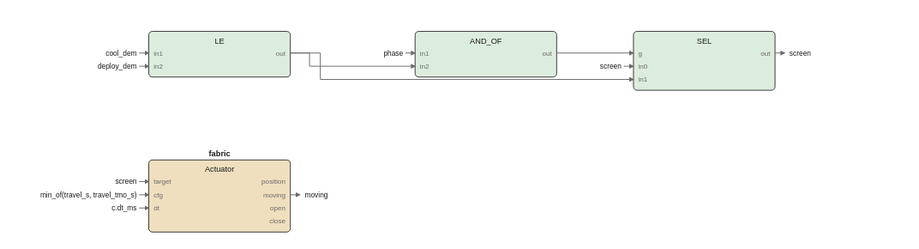
This is images/logic/screen_fbd.drawio.svg from pstch/botanik2, a draw.io export, as it was before one commit. Source tidied: cells renumbered, new cells last; positions are measured from the earlier drawing's top-left corner, leaving out a move shared by most shapes.
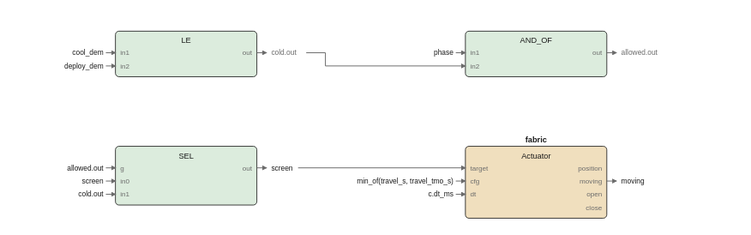
The same file after the commit.

The edit, as a diff of the source:
```diff
@@ -3,189 +3,206 @@
     <mxCell id="0" />
     <mxCell id="1" parent="0" />
     <mxCell id="2" style="rounded=1;fillColor=#dcecdd;strokeColor=#1a1a1a;whiteSpace=wrap;html=1;fontSize=8;" parent="1" vertex="1">
-      <mxGeometry x="10" width="118" height="38" as="geometry" />
+      <mxGeometry x="-18" width="118" height="38" as="geometry" />
     </mxCell>
     <mxCell id="3" value="LE" style="text;html=1;fontSize=6;fontColor=#1a1a1a;align=center;" parent="1" vertex="1">
-      <mxGeometry x="69" y="3.4" width="40" height="10.6" as="geometry" />
+      <mxGeometry x="41" y="3.4" width="40" height="10.6" as="geometry" />
     </mxCell>
     <mxCell id="4" value="in1" style="text;html=1;fontSize=5;fontColor=#6b6b6b;align=left;" parent="1" vertex="1">
-      <mxGeometry x="14" y="14.2" width="40" height="9.8" as="geometry" />
+      <mxGeometry x="-14" y="14.2" width="40" height="9.8" as="geometry" />
     </mxCell>
     <mxCell id="5" value="in2" style="text;html=1;fontSize=5;fontColor=#6b6b6b;align=left;" parent="1" vertex="1">
-      <mxGeometry x="14" y="25.2" width="40" height="9.8" as="geometry" />
+      <mxGeometry x="-14" y="25.2" width="40" height="9.8" as="geometry" />
     </mxCell>
     <mxCell id="6" value="out" style="text;html=1;fontSize=5;fontColor=#6b6b6b;align=left;" parent="1" vertex="1">
-      <mxGeometry x="124" y="14.2" width="40" height="9.8" as="geometry" />
+      <mxGeometry x="96" y="14.2" width="40" height="9.8" as="geometry" />
     </mxCell>
     <mxCell id="7" style="rounded=1;fillColor=#dcecdd;strokeColor=#1a1a1a;whiteSpace=wrap;html=1;fontSize=8;" parent="1" vertex="1">
-      <mxGeometry x="232" width="118" height="38" as="geometry" />
+      <mxGeometry x="274" width="118" height="38" as="geometry" />
     </mxCell>
     <mxCell id="8" value="AND_OF" style="text;html=1;fontSize=6;fontColor=#1a1a1a;align=center;" parent="1" vertex="1">
-      <mxGeometry x="291" y="3.4" width="40" height="10.6" as="geometry" />
+      <mxGeometry x="333" y="3.4" width="40" height="10.6" as="geometry" />
     </mxCell>
     <mxCell id="9" value="in1" style="text;html=1;fontSize=5;fontColor=#6b6b6b;align=left;" parent="1" vertex="1">
-      <mxGeometry x="236" y="14.2" width="40" height="9.8" as="geometry" />
+      <mxGeometry x="278" y="14.2" width="40" height="9.8" as="geometry" />
     </mxCell>
     <mxCell id="10" value="in2" style="text;html=1;fontSize=5;fontColor=#6b6b6b;align=left;" parent="1" vertex="1">
-      <mxGeometry x="236" y="25.2" width="40" height="9.8" as="geometry" />
+      <mxGeometry x="278" y="25.2" width="40" height="9.8" as="geometry" />
     </mxCell>
     <mxCell id="11" value="out" style="text;html=1;fontSize=5;fontColor=#6b6b6b;align=left;" parent="1" vertex="1">
-      <mxGeometry x="346" y="14.2" width="40" height="9.8" as="geometry" />
+      <mxGeometry x="388" y="14.2" width="40" height="9.8" as="geometry" />
     </mxCell>
     <mxCell id="12" style="rounded=1;fillColor=#dcecdd;strokeColor=#1a1a1a;whiteSpace=wrap;html=1;fontSize=8;" parent="1" vertex="1">
-      <mxGeometry x="414" width="118" height="49" as="geometry" />
+      <mxGeometry x="-18" y="96" width="118" height="49" as="geometry" />
     </mxCell>
     <mxCell id="13" value="SEL" style="text;html=1;fontSize=6;fontColor=#1a1a1a;align=center;" parent="1" vertex="1">
-      <mxGeometry x="473" y="3.4" width="40" height="10.6" as="geometry" />
+      <mxGeometry x="41" y="99.4" width="40" height="10.6" as="geometry" />
     </mxCell>
     <mxCell id="14" value="g" style="text;html=1;fontSize=5;fontColor=#6b6b6b;align=left;" parent="1" vertex="1">
-      <mxGeometry x="418" y="14.2" width="40" height="9.8" as="geometry" />
+      <mxGeometry x="-14" y="110.2" width="40" height="9.8" as="geometry" />
     </mxCell>
     <mxCell id="15" value="in0" style="text;html=1;fontSize=5;fontColor=#6b6b6b;align=left;" parent="1" vertex="1">
-      <mxGeometry x="418" y="25.2" width="40" height="9.8" as="geometry" />
+      <mxGeometry x="-14" y="121.2" width="40" height="9.8" as="geometry" />
     </mxCell>
     <mxCell id="16" value="in1" style="text;html=1;fontSize=5;fontColor=#6b6b6b;align=left;" parent="1" vertex="1">
-      <mxGeometry x="418" y="36.2" width="40" height="9.8" as="geometry" />
+      <mxGeometry x="-14" y="132.2" width="40" height="9.8" as="geometry" />
     </mxCell>
     <mxCell id="17" value="out" style="text;html=1;fontSize=5;fontColor=#6b6b6b;align=left;" parent="1" vertex="1">
-      <mxGeometry x="528" y="14.2" width="40" height="9.8" as="geometry" />
+      <mxGeometry x="96" y="110.2" width="40" height="9.8" as="geometry" />
     </mxCell>
     <mxCell id="18" style="rounded=1;fillColor=#f0dfbe;strokeColor=#1a1a1a;whiteSpace=wrap;html=1;fontSize=8;" parent="1" vertex="1">
-      <mxGeometry x="10" y="107" width="118" height="60" as="geometry" />
+      <mxGeometry x="274" y="96" width="118" height="60" as="geometry" />
     </mxCell>
     <mxCell id="19" value="fabric" style="text;html=1;fontSize=6;fontColor=#1a1a1a;align=center;fontStyle=1;" parent="1" vertex="1">
-      <mxGeometry x="69" y="97.4" width="40" height="10.6" as="geometry" />
+      <mxGeometry x="333" y="86.4" width="40" height="10.6" as="geometry" />
     </mxCell>
     <mxCell id="20" value="Actuator" style="text;html=1;fontSize=6;fontColor=#1a1a1a;align=center;" parent="1" vertex="1">
-      <mxGeometry x="69" y="110.4" width="40" height="10.6" as="geometry" />
+      <mxGeometry x="333" y="99.4" width="40" height="10.6" as="geometry" />
     </mxCell>
     <mxCell id="21" value="target" style="text;html=1;fontSize=5;fontColor=#6b6b6b;align=left;" parent="1" vertex="1">
-      <mxGeometry x="14" y="121.2" width="40" height="9.8" as="geometry" />
+      <mxGeometry x="278" y="110.2" width="40" height="9.8" as="geometry" />
     </mxCell>
     <mxCell id="22" value="cfg" style="text;html=1;fontSize=5;fontColor=#6b6b6b;align=left;" parent="1" vertex="1">
-      <mxGeometry x="14" y="132.2" width="40" height="9.8" as="geometry" />
+      <mxGeometry x="278" y="121.2" width="40" height="9.8" as="geometry" />
     </mxCell>
     <mxCell id="23" value="dt" style="text;html=1;fontSize=5;fontColor=#6b6b6b;align=left;" parent="1" vertex="1">
-      <mxGeometry x="14" y="143.2" width="40" height="9.8" as="geometry" />
+      <mxGeometry x="278" y="132.2" width="40" height="9.8" as="geometry" />
     </mxCell>
     <mxCell id="24" value="position" style="text;html=1;fontSize=5;fontColor=#6b6b6b;align=left;" parent="1" vertex="1">
-      <mxGeometry x="124" y="121.2" width="40" height="9.8" as="geometry" />
+      <mxGeometry x="388" y="110.2" width="40" height="9.8" as="geometry" />
     </mxCell>
     <mxCell id="25" value="moving" style="text;html=1;fontSize=5;fontColor=#6b6b6b;align=left;" parent="1" vertex="1">
-      <mxGeometry x="124" y="132.2" width="40" height="9.8" as="geometry" />
+      <mxGeometry x="388" y="121.2" width="40" height="9.8" as="geometry" />
     </mxCell>
     <mxCell id="26" value="open" style="text;html=1;fontSize=5;fontColor=#6b6b6b;align=left;" parent="1" vertex="1">
-      <mxGeometry x="124" y="143.2" width="40" height="9.8" as="geometry" />
+      <mxGeometry x="388" y="132.2" width="40" height="9.8" as="geometry" />
     </mxCell>
     <mxCell id="27" value="close" style="text;html=1;fontSize=5;fontColor=#6b6b6b;align=left;" parent="1" vertex="1">
-      <mxGeometry x="124" y="154.2" width="40" height="9.8" as="geometry" />
+      <mxGeometry x="388" y="143.2" width="40" height="9.8" as="geometry" />
     </mxCell>
     <mxCell id="28" style="edgeStyle=none;html=1;strokeColor=#6b6b6b;endArrow=block;" parent="1" edge="1">
       <mxGeometry relative="1" as="geometry">
-        <mxPoint x="532" y="18" as="sourcePoint" />
-        <mxPoint x="540" y="18" as="targetPoint" />
+        <mxPoint x="100" y="114" as="sourcePoint" />
+        <mxPoint x="108" y="114" as="targetPoint" />
       </mxGeometry>
     </mxCell>
     <mxCell id="29" value="screen" style="text;html=1;fontSize=6;fontColor=#1a1a1a;align=left;" parent="1" vertex="1">
-      <mxGeometry x="544" y="14" width="40" height="10" as="geometry" />
+      <mxGeometry x="112" y="110" width="40" height="10" as="geometry" />
     </mxCell>
     <mxCell id="30" style="edgeStyle=none;html=1;strokeColor=#6b6b6b;endArrow=block;" parent="1" edge="1">
       <mxGeometry relative="1" as="geometry">
-        <mxPoint x="128" y="136" as="sourcePoint" />
-        <mxPoint x="136" y="136" as="targetPoint" />
+        <mxPoint x="392" y="125" as="sourcePoint" />
+        <mxPoint x="400" y="125" as="targetPoint" />
       </mxGeometry>
     </mxCell>
     <mxCell id="31" value="moving" style="text;html=1;fontSize=6;fontColor=#1a1a1a;align=left;" parent="1" vertex="1">
-      <mxGeometry x="140" y="132" width="40" height="10" as="geometry" />
+      <mxGeometry x="404" y="121" width="40" height="10" as="geometry" />
     </mxCell>
     <mxCell id="32" style="edgeStyle=none;html=1;strokeColor=#6b6b6b;endArrow=block;" parent="1" edge="1">
       <mxGeometry relative="1" as="geometry">
-        <mxPoint x="128" y="18" as="sourcePoint" />
-        <mxPoint x="232" y="29" as="targetPoint" />
-        <Array as="points">
-          <mxPoint x="144" y="18" />
-          <mxPoint x="144" y="29" />
-        </Array>
+        <mxPoint x="392" y="18" as="sourcePoint" />
+        <mxPoint x="400" y="18" as="targetPoint" />
       </mxGeometry>
     </mxCell>
-    <mxCell id="33" style="edgeStyle=none;html=1;strokeColor=#6b6b6b;endArrow=block;" parent="1" edge="1">
-      <mxGeometry relative="1" as="geometry">
-        <mxPoint x="350" y="18" as="sourcePoint" />
-        <mxPoint x="414" y="18" as="targetPoint" />
-      </mxGeometry>
-    </mxCell>
+    <mxCell id="49" value="allowed.out" style="text;html=1;fontSize=6;fontColor=#6b6b6b;align=left;" parent="1" vertex="1">
+      <mxGeometry x="404" y="14" width="55" height="10" as="geometry" />
+    </mxCell>
     <mxCell id="34" style="edgeStyle=none;html=1;strokeColor=#6b6b6b;endArrow=block;" parent="1" edge="1">
       <mxGeometry relative="1" as="geometry">
-        <mxPoint x="128" y="18" as="sourcePoint" />
-        <mxPoint x="414" y="40" as="targetPoint" />
-        <Array as="points">
-          <mxPoint x="153" y="18" />
-          <mxPoint x="153" y="40" />
-        </Array>
+        <mxPoint x="100" y="18" as="sourcePoint" />
+        <mxPoint x="108" y="18" as="targetPoint" />
       </mxGeometry>
     </mxCell>
-    <mxCell id="35" value="cool_dem" style="text;html=1;fontSize=6;fontColor=#1a1a1a;align=left;" parent="1" vertex="1">
-      <mxGeometry y="14" width="40" height="10" as="geometry" />
+    <mxCell id="35" value="cold.out" style="text;html=1;fontSize=6;fontColor=#6b6b6b;align=left;" parent="1" vertex="1">
+      <mxGeometry x="112" y="14" width="40" height="10" as="geometry" />
     </mxCell>
     <mxCell id="36" style="edgeStyle=none;html=1;strokeColor=#6b6b6b;endArrow=block;" parent="1" edge="1">
       <mxGeometry relative="1" as="geometry">
-        <mxPoint x="2" y="18" as="sourcePoint" />
-        <mxPoint x="10" y="18" as="targetPoint" />
+        <mxPoint x="141.2" y="18" as="sourcePoint" />
+        <mxPoint x="274" y="29" as="targetPoint" />
+        <Array as="points">
+          <mxPoint x="157.2" y="18" />
+          <mxPoint x="157.2" y="29" />
+        </Array>
       </mxGeometry>
     </mxCell>
+    <mxCell id="50" style="edgeStyle=none;html=1;strokeColor=#6b6b6b;endArrow=block;" parent="1" edge="1">
+      <mxGeometry relative="1" as="geometry">
+        <mxPoint x="134.4" y="114" as="sourcePoint" />
+        <mxPoint x="274" y="114" as="targetPoint" />
+      </mxGeometry>
+    </mxCell>
+    <mxCell id="51" value="cool_dem" style="text;html=1;fontSize=6;fontColor=#1a1a1a;align=left;" parent="1" vertex="1">
+      <mxGeometry x="-28" y="14" width="40" height="10" as="geometry" />
+    </mxCell>
+    <mxCell id="52" style="edgeStyle=none;html=1;strokeColor=#6b6b6b;endArrow=block;" parent="1" edge="1">
+      <mxGeometry relative="1" as="geometry">
+        <mxPoint x="-26" y="18" as="sourcePoint" />
+        <mxPoint x="-18" y="18" as="targetPoint" />
+      </mxGeometry>
+    </mxCell>
     <mxCell id="37" value="deploy_dem" style="text;html=1;fontSize=6;fontColor=#1a1a1a;align=left;" parent="1" vertex="1">
-      <mxGeometry y="25" width="50" height="10" as="geometry" />
+      <mxGeometry x="-28" y="25" width="50" height="10" as="geometry" />
     </mxCell>
-    <mxCell id="38" style="edgeStyle=none;html=1;strokeColor=#6b6b6b;endArrow=block;" parent="1" edge="1">
-      <mxGeometry relative="1" as="geometry">
-        <mxPoint x="2" y="29" as="sourcePoint" />
-        <mxPoint x="10" y="29" as="targetPoint" />
-      </mxGeometry>
-    </mxCell>
+    <mxCell id="53" style="edgeStyle=none;html=1;strokeColor=#6b6b6b;endArrow=block;" parent="1" edge="1">
+      <mxGeometry relative="1" as="geometry">
+        <mxPoint x="-26" y="29" as="sourcePoint" />
+        <mxPoint x="-18" y="29" as="targetPoint" />
+      </mxGeometry>
+    </mxCell>
     <mxCell id="39" value="phase" style="text;html=1;fontSize=6;fontColor=#1a1a1a;align=left;" parent="1" vertex="1">
-      <mxGeometry x="222" y="14" width="40" height="10" as="geometry" />
+      <mxGeometry x="264" y="14" width="40" height="10" as="geometry" />
     </mxCell>
-    <mxCell id="40" style="edgeStyle=none;html=1;strokeColor=#6b6b6b;endArrow=block;" parent="1" edge="1">
-      <mxGeometry relative="1" as="geometry">
-        <mxPoint x="224" y="18" as="sourcePoint" />
-        <mxPoint x="232" y="18" as="targetPoint" />
-      </mxGeometry>
-    </mxCell>
-    <mxCell id="41" value="screen" style="text;html=1;fontSize=6;fontColor=#1a1a1a;align=left;" parent="1" vertex="1">
-      <mxGeometry x="404" y="25" width="40" height="10" as="geometry" />
-    </mxCell>
-    <mxCell id="42" style="edgeStyle=none;html=1;strokeColor=#6b6b6b;endArrow=block;" parent="1" edge="1">
-      <mxGeometry relative="1" as="geometry">
-        <mxPoint x="406" y="29" as="sourcePoint" />
-        <mxPoint x="414" y="29" as="targetPoint" />
-      </mxGeometry>
-    </mxCell>
-    <mxCell id="43" value="screen" style="text;html=1;fontSize=6;fontColor=#1a1a1a;align=left;" parent="1" vertex="1">
-      <mxGeometry y="121" width="40" height="10" as="geometry" />
-    </mxCell>
-    <mxCell id="44" style="edgeStyle=none;html=1;strokeColor=#6b6b6b;endArrow=block;" parent="1" edge="1">
-      <mxGeometry relative="1" as="geometry">
-        <mxPoint x="2" y="125" as="sourcePoint" />
-        <mxPoint x="10" y="125" as="targetPoint" />
-      </mxGeometry>
-    </mxCell>
+    <mxCell id="54" style="edgeStyle=none;html=1;strokeColor=#6b6b6b;endArrow=block;" parent="1" edge="1">
+      <mxGeometry relative="1" as="geometry">
+        <mxPoint x="266" y="18" as="sourcePoint" />
+        <mxPoint x="274" y="18" as="targetPoint" />
+      </mxGeometry>
+    </mxCell>
+    <mxCell id="55" value="allowed.out" style="text;html=1;fontSize=6;fontColor=#1a1a1a;align=left;" parent="1" vertex="1">
+      <mxGeometry x="-28" y="110" width="55" height="10" as="geometry" />
+    </mxCell>
+    <mxCell id="56" style="edgeStyle=none;html=1;strokeColor=#6b6b6b;endArrow=block;" parent="1" edge="1">
+      <mxGeometry relative="1" as="geometry">
+        <mxPoint x="-26" y="114" as="sourcePoint" />
+        <mxPoint x="-18" y="114" as="targetPoint" />
+      </mxGeometry>
+    </mxCell>
+    <mxCell id="57" value="screen" style="text;html=1;fontSize=6;fontColor=#1a1a1a;align=left;" parent="1" vertex="1">
+      <mxGeometry x="-28" y="121" width="40" height="10" as="geometry" />
+    </mxCell>
+    <mxCell id="58" style="edgeStyle=none;html=1;strokeColor=#6b6b6b;endArrow=block;" parent="1" edge="1">
+      <mxGeometry relative="1" as="geometry">
+        <mxPoint x="-26" y="125" as="sourcePoint" />
+        <mxPoint x="-18" y="125" as="targetPoint" />
+      </mxGeometry>
+    </mxCell>
+    <mxCell id="59" value="cold.out" style="text;html=1;fontSize=6;fontColor=#1a1a1a;align=left;" parent="1" vertex="1">
+      <mxGeometry x="-28" y="132" width="40" height="10" as="geometry" />
+    </mxCell>
+    <mxCell id="60" style="edgeStyle=none;html=1;strokeColor=#6b6b6b;endArrow=block;" parent="1" edge="1">
+      <mxGeometry relative="1" as="geometry">
+        <mxPoint x="-26" y="136" as="sourcePoint" />
+        <mxPoint x="-18" y="136" as="targetPoint" />
+      </mxGeometry>
+    </mxCell>
     <mxCell id="45" value="min_of(travel_s, travel_tmo_s)" style="text;html=1;fontSize=6;fontColor=#1a1a1a;align=left;" parent="1" vertex="1">
-      <mxGeometry y="132" width="150" height="10" as="geometry" />
+      <mxGeometry x="264" y="121" width="150" height="10" as="geometry" />
     </mxCell>
-    <mxCell id="46" style="edgeStyle=none;html=1;strokeColor=#6b6b6b;endArrow=block;" parent="1" edge="1">
-      <mxGeometry relative="1" as="geometry">
-        <mxPoint x="2" y="136" as="sourcePoint" />
-        <mxPoint x="10" y="136" as="targetPoint" />
-      </mxGeometry>
-    </mxCell>
+    <mxCell id="61" style="edgeStyle=none;html=1;strokeColor=#6b6b6b;endArrow=block;" parent="1" edge="1">
+      <mxGeometry relative="1" as="geometry">
+        <mxPoint x="266" y="125" as="sourcePoint" />
+        <mxPoint x="274" y="125" as="targetPoint" />
+      </mxGeometry>
+    </mxCell>
     <mxCell id="47" value="c.dt_ms" style="text;html=1;fontSize=6;fontColor=#1a1a1a;align=left;" parent="1" vertex="1">
-      <mxGeometry y="143" width="40" height="10" as="geometry" />
+      <mxGeometry x="264" y="132" width="40" height="10" as="geometry" />
     </mxCell>
-    <mxCell id="48" style="edgeStyle=none;html=1;strokeColor=#6b6b6b;endArrow=block;" parent="1" edge="1">
-      <mxGeometry relative="1" as="geometry">
-        <mxPoint x="2" y="147" as="sourcePoint" />
-        <mxPoint x="10" y="147" as="targetPoint" />
-      </mxGeometry>
-    </mxCell>
+    <mxCell id="62" style="edgeStyle=none;html=1;strokeColor=#6b6b6b;endArrow=block;" parent="1" edge="1">
+      <mxGeometry relative="1" as="geometry">
+        <mxPoint x="266" y="136" as="sourcePoint" />
+        <mxPoint x="274" y="136" as="targetPoint" />
+      </mxGeometry>
+    </mxCell>
   </root>
 </mxGraphModel>
```
